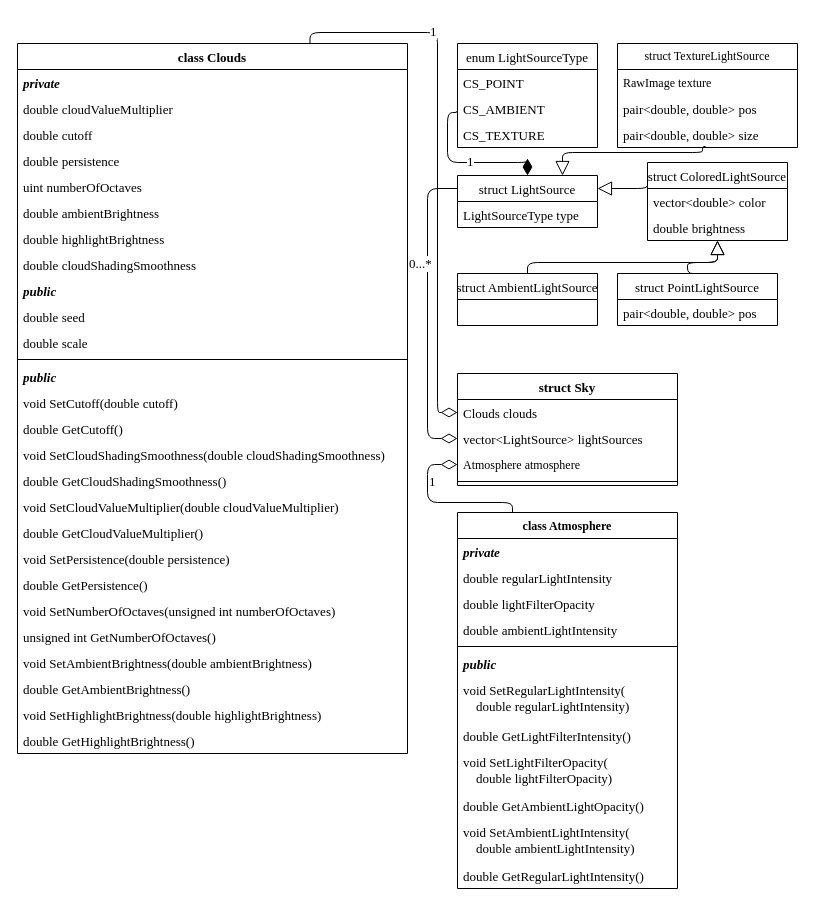
Above: page "Sky" (3 of 9) of Docs/Class diagrams.drawio in SpatiumOwl/ComplexSky-2.0 (draw.io), before the change. Source tidied: cells renumbered, new cells numbered last; positions are measured from the earlier drawing's top-left corner, leaving out a move shared by most shapes. Both pictures are drawn from the tidied source at 100%, with x=0, y=0 at pixel (17, 32).
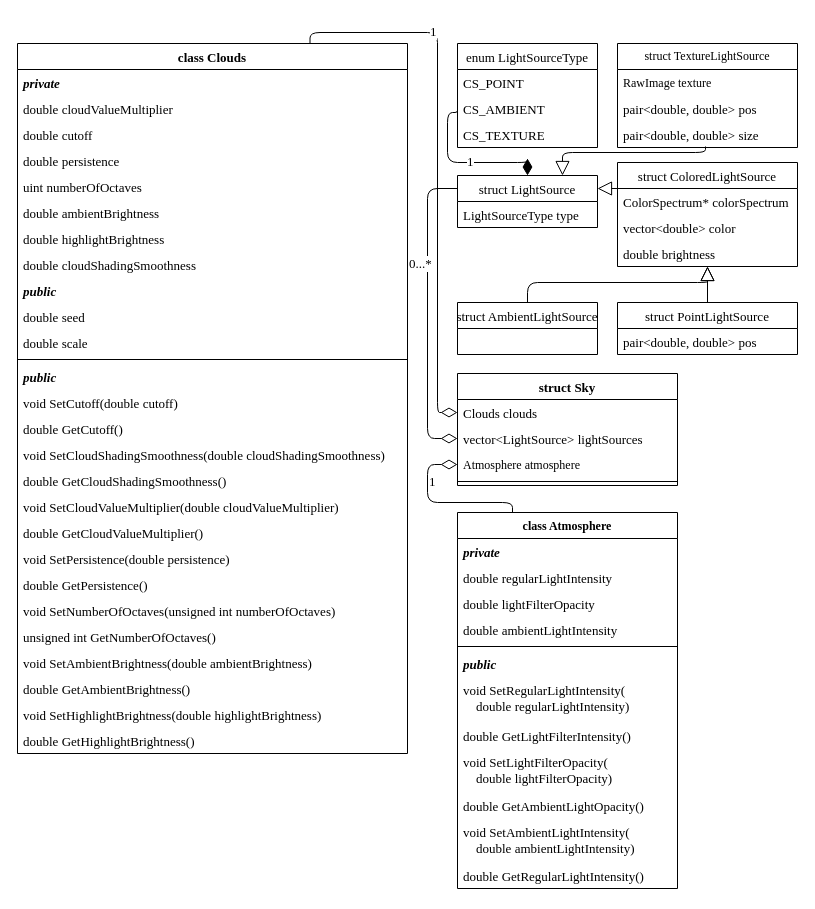
Above is the later version.

Commit message (it also covers changes not shown here):
Added ColorSpectrum* to ColoredLightSource

The change refers to these unchanged cells:
```xml
<mxCell id="6" value="struct LightSource" style="swimlane;fontStyle=0;horizontal=1;startSize=26;fillColor=none;fontFamily=Times New Roman;fontSize=13;" parent="1" vertex="1">
  <mxGeometry x="440" y="143" width="140" height="52" as="geometry" />
</mxCell>
<mxCell id="70" value="pair&lt;double, double&gt; size" style="text;strokeColor=none;fillColor=none;align=left;verticalAlign=top;spacingLeft=4;spacingRight=4;overflow=hidden;points=[[0,0.5],[1,0.5]];portConstraint=eastwest;fontFamily=Times New Roman;fontSize=13;" parent="67" vertex="1">
  <mxGeometry y="78" width="180" height="26" as="geometry" />
</mxCell>
```

The edit, as a diff of the source:
```diff
@@
     <mxCell id="9" value="struct ColoredLightSource" style="swimlane;fontStyle=0;horizontal=1;startSize=26;fillColor=none;fontFamily=Times New Roman;fontSize=13;" parent="1" vertex="1">
-      <mxGeometry x="630" y="130" width="140" height="78" as="geometry" />
+      <mxGeometry x="600" y="130" width="180" height="104" as="geometry" />
     </mxCell>
+    <mxCell id="72" value="ColorSpectrum* colorSpectrum" style="text;strokeColor=none;fillColor=none;align=left;verticalAlign=top;spacingLeft=4;spacingRight=4;overflow=hidden;fontFamily=Times New Roman;fontSize=13;" parent="9" vertex="1">
+      <mxGeometry y="26" width="180" height="26" as="geometry" />
+    </mxCell>
     <mxCell id="10" value="vector&lt;double&gt; color" style="text;strokeColor=none;fillColor=none;align=left;verticalAlign=top;spacingLeft=4;spacingRight=4;overflow=hidden;fontFamily=Times New Roman;fontSize=13;" parent="9" vertex="1">
-      <mxGeometry y="26" width="140" height="26" as="geometry" />
+      <mxGeometry y="52" width="180" height="26" as="geometry" />
     </mxCell>
     <mxCell id="11" value="double brightness" style="text;strokeColor=none;fillColor=none;align=left;verticalAlign=top;spacingLeft=4;spacingRight=4;overflow=hidden;points=[[0,0.5],[1,0.5]];portConstraint=eastwest;fontFamily=Times New Roman;fontSize=13;" parent="9" vertex="1">
-      <mxGeometry y="52" width="140" height="26" as="geometry" />
+      <mxGeometry y="78" width="180" height="26" as="geometry" />
     </mxCell>
@@
     <mxCell id="13" value="struct PointLightSource" style="swimlane;fontStyle=0;horizontal=1;startSize=26;fillColor=none;fontFamily=Times New Roman;fontSize=13;" parent="1" vertex="1">
-      <mxGeometry x="600" y="241" width="160" height="52" as="geometry" />
+      <mxGeometry x="600" y="270" width="180" height="52" as="geometry" />
     </mxCell>
     <mxCell id="14" value="pair&lt;double, double&gt; pos" style="text;strokeColor=none;fillColor=none;align=left;verticalAlign=top;spacingLeft=4;spacingRight=4;overflow=hidden;fontFamily=Times New Roman;fontSize=13;" parent="13" vertex="1">
-      <mxGeometry y="26" width="160" height="26" as="geometry" />
+      <mxGeometry y="26" width="180" height="26" as="geometry" />
     </mxCell>
     <mxCell id="15" style="endArrow=block;endFill=0;endSize=12;html=1;rounded=1;edgeStyle=orthogonalEdgeStyle;exitX=0.5;exitY=0;exitDx=0;exitDy=0;entryX=0.5;entryY=1;entryDx=0;entryDy=0;entryPerimeter=0;fontFamily=Times New Roman;fontSize=13;" parent="1" edge="1" source="13" target="11">
       <mxGeometry relative="1" as="geometry">
         <Array as="points">
-          <mxPoint x="670" y="230" />
-          <mxPoint x="700" y="230" />
+          <mxPoint x="690" y="270" />
+          <mxPoint x="690" y="234" />
         </Array>
       </mxGeometry>
     </mxCell>
     <mxCell id="16" value="struct AmbientLightSource" style="swimlane;fontStyle=0;horizontal=1;startSize=26;fillColor=none;fontFamily=Times New Roman;fontSize=13;" parent="1" vertex="1">
-      <mxGeometry x="440" y="241" width="140" height="52" as="geometry" />
+      <mxGeometry x="440" y="270" width="140" height="52" as="geometry" />
     </mxCell>
     <mxCell id="17" style="endArrow=block;endFill=0;endSize=12;html=1;rounded=1;edgeStyle=orthogonalEdgeStyle;entryX=0.5;entryY=1;entryDx=0;entryDy=0;exitX=0.5;exitY=0;exitDx=0;exitDy=0;entryPerimeter=0;fontFamily=Times New Roman;fontSize=13;" parent="1" edge="1" source="16" target="11">
       <mxGeometry relative="1" as="geometry">
         <Array as="points">
-          <mxPoint x="510" y="230" />
-          <mxPoint x="700" y="230" />
+          <mxPoint x="510" y="250" />
+          <mxPoint x="690" y="250" />
         </Array>
       </mxGeometry>
     </mxCell>
@@
     <mxCell id="71" style="endArrow=block;endFill=0;endSize=12;html=1;rounded=1;edgeStyle=orthogonalEdgeStyle;entryX=0.75;entryY=0;entryDx=0;entryDy=0;fontFamily=Times New Roman;fontSize=13;exitX=0.489;exitY=0.962;exitDx=0;exitDy=0;exitPerimeter=0;" parent="1" edge="1" source="70" target="6">
       <mxGeometry relative="1" as="geometry">
         <Array as="points">
-          <mxPoint x="685" y="114" />
-          <mxPoint x="685" y="120" />
+          <mxPoint x="688" y="120" />
           <mxPoint x="545" y="120" />
         </Array>
       </mxGeometry>
     </mxCell>
```
